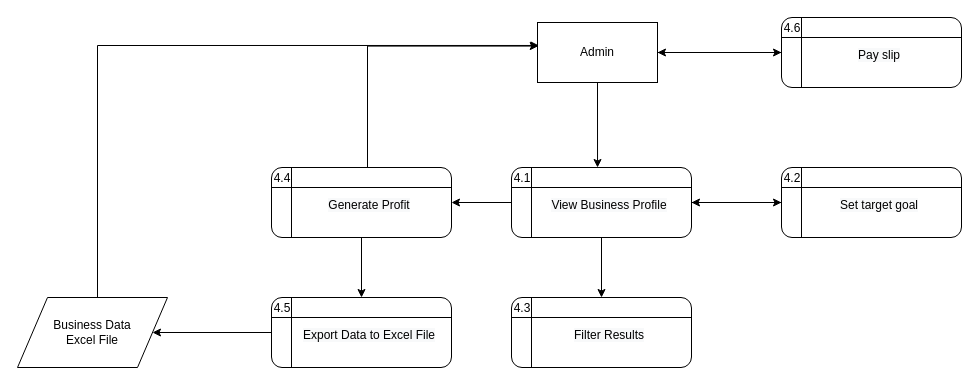
BryanFabellore/Team_SPOTLIGHT keeps this draw.io diagram as page "Revision Level 2 DFD (Business Analytics)" (10 of 10) of DFD DIAGRAMS.drawio. Above is the earlier version. Source tidied: cells renumbered, new cells numbered last; positions are measured from the earlier drawing's top-left corner, leaving out a move shared by most shapes. Both pictures are drawn from the tidied source at 100%, with x=0, y=0 at pixel (17, 17).
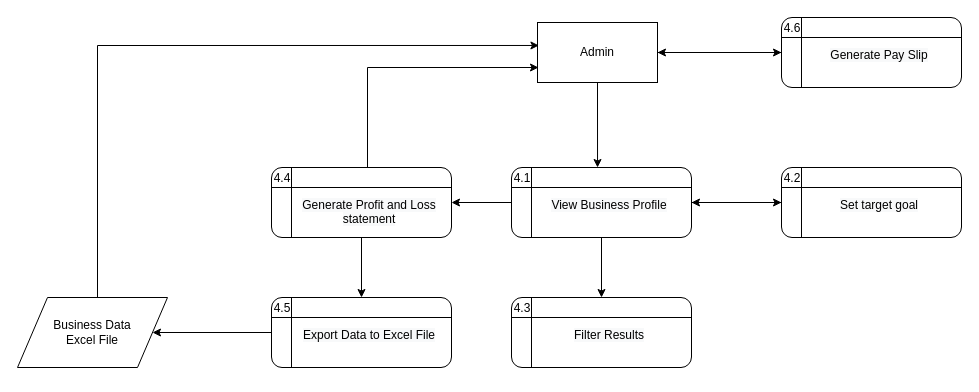
After the change.

Unchanged cells that the change refers to:
```xml
<mxCell id="9" value="Admin" style="rounded=0;whiteSpace=wrap;html=1;strokeColor=default;fontFamily=Helvetica;fontSize=12;fontColor=default;fillColor=#FFFFFF;" parent="1" vertex="1">
  <mxGeometry x="520" y="5" width="120" height="60" as="geometry" />
</mxCell>
<mxCell id="21" style="group;" parent="1" vertex="1">
  <mxGeometry x="250" y="150" width="184" height="70" as="geometry" />
</mxCell>
<mxCell id="22" style="shape=internalStorage;whiteSpace=wrap;html=1;backgroundOutline=1;rounded=1;strokeColor=default;fontFamily=Helvetica;fontSize=12;fontColor=default;fillColor=#FFFFFF;" parent="21" vertex="1">
  <mxGeometry x="4" width="180" height="70" as="geometry" />
</mxCell>
<mxCell id="39" style="group;" parent="1" vertex="1">
  <mxGeometry x="760" width="184" height="70" as="geometry" />
</mxCell>
```

The edit, as a diff of the source:
```diff
@@
-    <mxCell id="24" value="&lt;span style=&quot;color: rgb(0, 0, 0); font-family: Helvetica; font-size: 12px; font-style: normal; font-variant-ligatures: normal; font-variant-caps: normal; font-weight: 400; letter-spacing: normal; orphans: 2; text-indent: 0px; text-transform: none; widows: 2; word-spacing: 0px; -webkit-text-stroke-width: 0px; background-color: rgb(248, 249, 250); text-decoration-thickness: initial; text-decoration-style: initial; text-decoration-color: initial; float: none; display: inline !important;&quot;&gt;Generate Profit&lt;/span&gt;" style="text;whiteSpace=wrap;html=1;align=center;" parent="21" vertex="1">
+    <mxCell id="24" value="&lt;span style=&quot;color: rgb(0, 0, 0); font-family: Helvetica; font-size: 12px; font-style: normal; font-variant-ligatures: normal; font-variant-caps: normal; font-weight: 400; letter-spacing: normal; orphans: 2; text-indent: 0px; text-transform: none; widows: 2; word-spacing: 0px; -webkit-text-stroke-width: 0px; background-color: rgb(248, 249, 250); text-decoration-thickness: initial; text-decoration-style: initial; text-decoration-color: initial; float: none; display: inline !important;&quot;&gt;Generate Profit and Loss statement&lt;/span&gt;" style="text;whiteSpace=wrap;html=1;align=center;" parent="21" vertex="1">
       <mxGeometry x="27" y="24" width="150" height="40" as="geometry" />
     </mxCell>
@@
-    <mxCell id="28" style="edgeStyle=orthogonalEdgeStyle;rounded=0;jettySize=auto;html=1;entryX=0.006;entryY=0.393;entryDx=0;entryDy=0;entryPerimeter=0;" parent="1" edge="1" source="22" target="9">
+    <mxCell id="28" style="edgeStyle=orthogonalEdgeStyle;rounded=0;jettySize=auto;html=1;" parent="1" edge="1" source="22">
       <mxGeometry relative="1" as="geometry">
+        <mxPoint x="521" y="50" as="targetPoint" />
         <Array as="points">
-          <mxPoint x="350" y="29" />
+          <mxPoint x="350" y="50" />
+          <mxPoint x="521" y="50" />
         </Array>
       </mxGeometry>
     </mxCell>
@@
-    <mxCell id="42" value="&lt;span style=&quot;color: rgb(0, 0, 0); font-family: Helvetica; font-size: 12px; font-style: normal; font-variant-ligatures: normal; font-variant-caps: normal; font-weight: 400; letter-spacing: normal; orphans: 2; text-indent: 0px; text-transform: none; widows: 2; word-spacing: 0px; -webkit-text-stroke-width: 0px; background-color: rgb(248, 249, 250); text-decoration-thickness: initial; text-decoration-style: initial; text-decoration-color: initial; float: none; display: inline !important;&quot;&gt;Pay slip&lt;/span&gt;" style="text;whiteSpace=wrap;html=1;align=center;" parent="39" vertex="1">
+    <mxCell id="42" value="&lt;span style=&quot;color: rgb(0, 0, 0); font-family: Helvetica; font-size: 12px; font-style: normal; font-variant-ligatures: normal; font-variant-caps: normal; font-weight: 400; letter-spacing: normal; orphans: 2; text-indent: 0px; text-transform: none; widows: 2; word-spacing: 0px; -webkit-text-stroke-width: 0px; background-color: rgb(248, 249, 250); text-decoration-thickness: initial; text-decoration-style: initial; text-decoration-color: initial; float: none; display: inline !important;&quot;&gt;Generate Pay Slip&lt;/span&gt;" style="text;whiteSpace=wrap;html=1;align=center;" parent="39" vertex="1">
       <mxGeometry x="27" y="24" width="150" height="40" as="geometry" />
     </mxCell>
```
